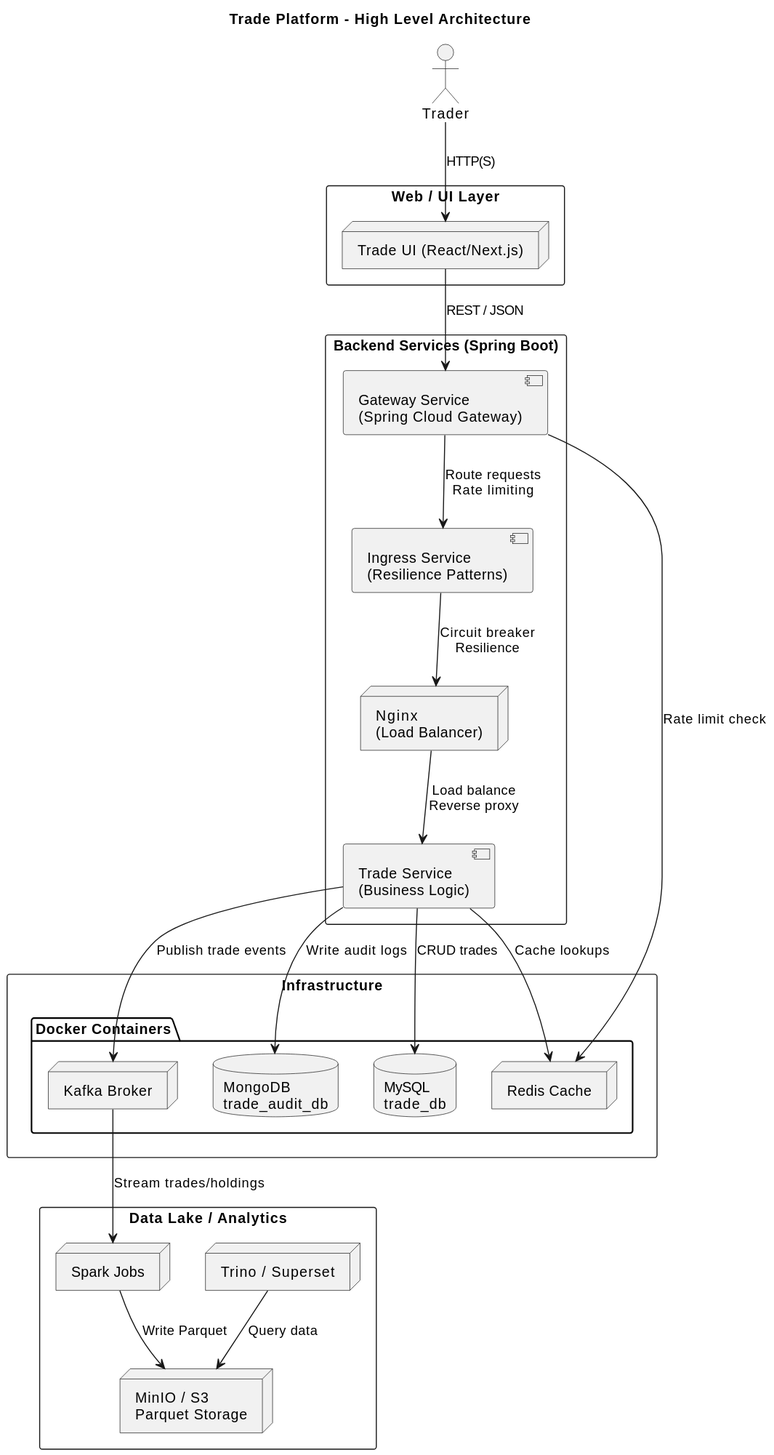
The PlantUML diagram frontend/trade-ui/public/architecture.svg in mukizonese/trade-platform, before a commit. The source it was exported from:
```plantuml
@startuml
title Trade Platform - High Level Architecture
actor Trader
rectangle "Web / UI Layer" {
  node "Trade UI (React/Next.js)" as UI
}
rectangle "Backend Services (Spring Boot)" {
  component "Gateway Service\n(Spring Cloud Gateway)" as GatewaySvc
  component "Ingress Service\n(Resilience Patterns)" as IngressSvc
  node "Nginx\n(Load Balancer)" as Nginx
  component "Trade Service\n(Business Logic)" as TradeSvc
}
rectangle "Infrastructure" {
  package "Docker Containers" {
    database "MySQL\ntrade_db" as MySQL
    node "Redis Cache" as Redis
    node "Kafka Broker" as Kafka
    database "MongoDB\ntrade_audit_db" as Mongo
  }
}
rectangle "Data Lake / Analytics" {
  node "Spark Jobs" as Spark
  node "MinIO / S3\nParquet Storage" as Minio
  node "Trino / Superset" as Trino
}
Trader --> UI: HTTP(S)
UI --> GatewaySvc: REST / JSON
GatewaySvc --> IngressSvc: Route requests\nRate limiting
IngressSvc --> Nginx: Circuit breaker\nResilience
Nginx --> TradeSvc: Load balance\nReverse proxy
TradeSvc --> MySQL : CRUD trades
TradeSvc --> Redis : Cache lookups
TradeSvc --> Kafka : Publish trade events
TradeSvc --> Mongo : Write audit logs
GatewaySvc --> Redis : Rate limit check
Kafka --> Spark : Stream trades/holdings
Spark --> Minio : Write Parquet
Trino --> Minio : Query data
@enduml
```
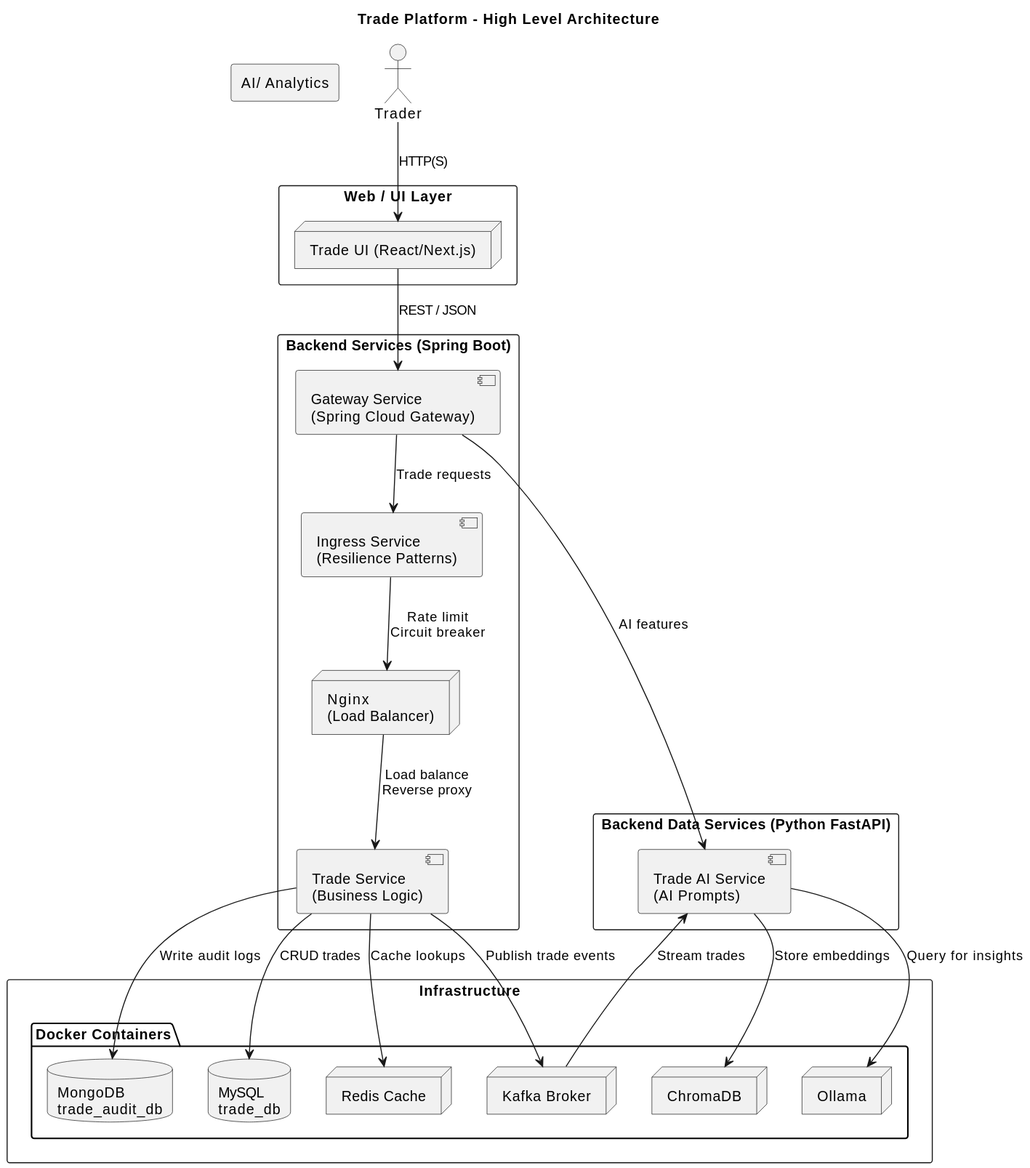
After the commit.

What changed in the source:
```diff
@@ -16,24 +16,28 @@
     node "Redis Cache" as Redis
     node "Kafka Broker" as Kafka
     database "MongoDB\ntrade_audit_db" as Mongo
+    node "Ollama" as LLM
+    node "ChromaDB" as VecotorDB
   }
 }
-rectangle "Data Lake / Analytics" {
-  node "Spark Jobs" as Spark
-  node "MinIO / S3\nParquet Storage" as Minio
-  node "Trino / Superset" as Trino
+rectangle "AI/ Analytics" {
+  node "ChromaDB" as VecotorDB
+  node "Ollama" as LLM
+}
+rectangle "Backend Data Services (Python FastAPI)" {
+  component "Trade AI Service\n(AI Prompts)" as TradeAiSvc
 }
 Trader --> UI: HTTP(S)
 UI --> GatewaySvc: REST / JSON
-GatewaySvc --> IngressSvc: Route requests\nRate limiting
-IngressSvc --> Nginx: Circuit breaker\nResilience
+GatewaySvc --> IngressSvc: Trade requests
+GatewaySvc --> TradeAiSvc: AI features
+IngressSvc --> Nginx: Rate limit\nCircuit breaker
 Nginx --> TradeSvc: Load balance\nReverse proxy
 TradeSvc --> MySQL : CRUD trades
 TradeSvc --> Redis : Cache lookups
 TradeSvc --> Kafka : Publish trade events
 TradeSvc --> Mongo : Write audit logs
-GatewaySvc --> Redis : Rate limit check
-Kafka --> Spark : Stream trades/holdings
-Spark --> Minio : Write Parquet
-Trino --> Minio : Query data
+Kafka --> TradeAiSvc : Stream trades
+TradeAiSvc --> VecotorDB : Store embeddings
+TradeAiSvc --> LLM : Query for insights
 @enduml
```
